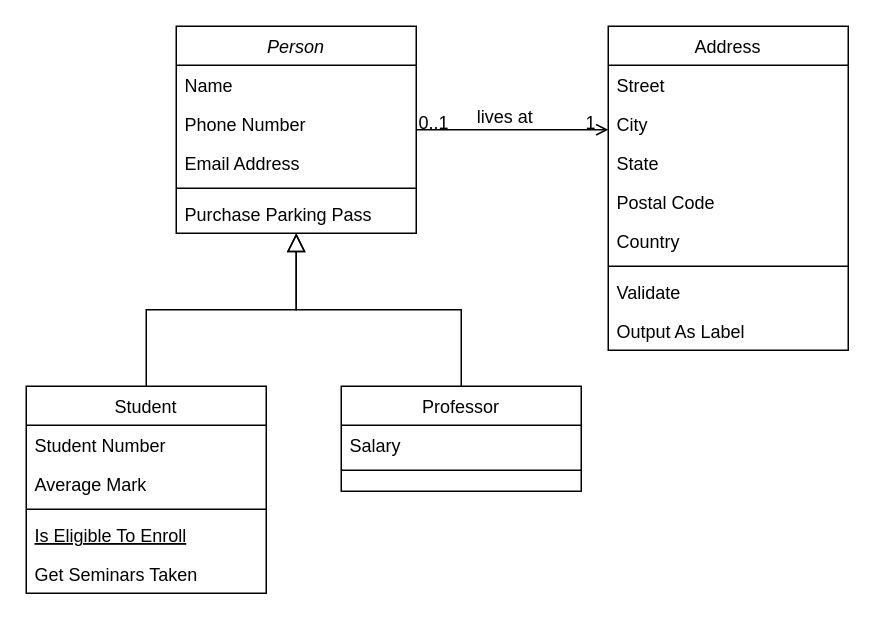
ffranchini/uml keeps this draw.io diagram as Imob.drawio. Above is the earlier version. Source tidied: cells renumbered, new cells numbered last; positions are measured from the earlier drawing's top-left corner, leaving out a move shared by most shapes. Both pictures are drawn from the tidied source at 150%, with x=0, y=0 at pixel (26, 26).
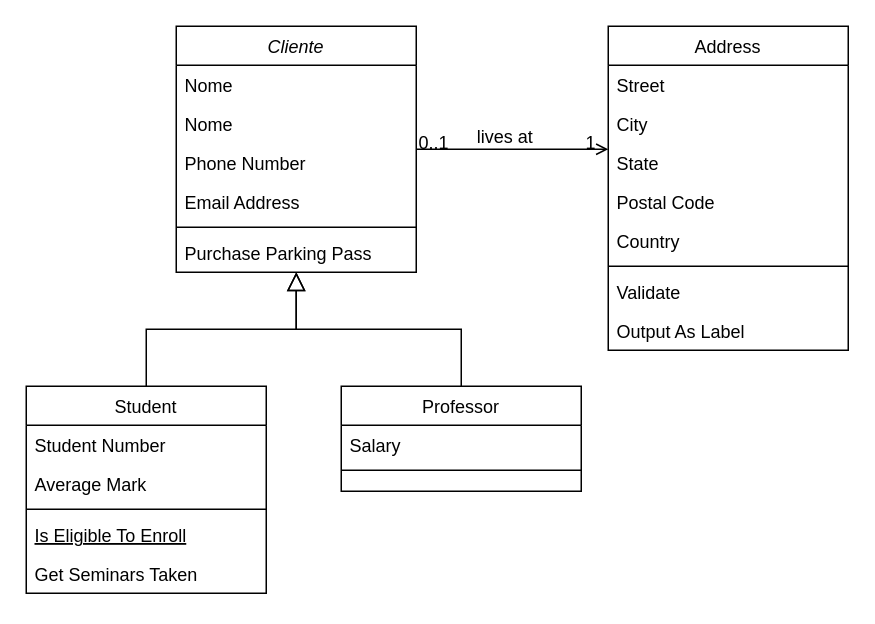
The same page after the edit.

Change to the diagram source:
```diff
@@
-    <mxCell id="2" value="Person" style="swimlane;fontStyle=2;align=center;verticalAlign=top;horizontal=1;startSize=26;rounded=0;shadow=0;strokeWidth=1;" parent="1" vertex="1">
-      <mxGeometry x="100" width="160" height="138" as="geometry" />
+    <mxCell id="2" value="Cliente" style="swimlane;fontStyle=2;align=center;verticalAlign=top;horizontal=1;startSize=26;rounded=0;shadow=0;strokeWidth=1;" parent="1" vertex="1">
+      <mxGeometry x="100" width="160" height="164" as="geometry" />
     </mxCell>
-    <mxCell id="3" value="Name" style="text;align=left;verticalAlign=top;spacingLeft=4;spacingRight=4;overflow=hidden;" parent="2" vertex="1">
+    <mxCell id="3" value="Nome" style="text;align=left;verticalAlign=top;spacingLeft=4;spacingRight=4;overflow=hidden;" parent="2" vertex="1">
       <mxGeometry y="26" width="160" height="26" as="geometry" />
     </mxCell>
+    <mxCell id="32" value="Nome" style="text;align=left;verticalAlign=top;spacingLeft=4;spacingRight=4;overflow=hidden;" parent="2" vertex="1">
+      <mxGeometry y="52" width="160" height="26" as="geometry" />
+    </mxCell>
     <mxCell id="4" value="Phone Number" style="text;align=left;verticalAlign=top;spacingLeft=4;spacingRight=4;overflow=hidden;rounded=0;shadow=0;html=0;" parent="2" vertex="1">
-      <mxGeometry y="52" width="160" height="26" as="geometry" />
+      <mxGeometry y="78" width="160" height="26" as="geometry" />
     </mxCell>
     <mxCell id="5" value="Email Address" style="text;align=left;verticalAlign=top;spacingLeft=4;spacingRight=4;overflow=hidden;rounded=0;shadow=0;html=0;" parent="2" vertex="1">
-      <mxGeometry y="78" width="160" height="26" as="geometry" />
+      <mxGeometry y="104" width="160" height="26" as="geometry" />
     </mxCell>
     <mxCell id="6" style="line;html=1;strokeWidth=1;align=left;verticalAlign=middle;spacingTop=-1;spacingLeft=3;spacingRight=3;labelPosition=right;" parent="2" vertex="1">
-      <mxGeometry y="104" width="160" height="8" as="geometry" />
+      <mxGeometry y="130" width="160" height="8" as="geometry" />
     </mxCell>
     <mxCell id="7" value="Purchase Parking Pass" style="text;align=left;verticalAlign=top;spacingLeft=4;spacingRight=4;overflow=hidden;" parent="2" vertex="1">
-      <mxGeometry y="112" width="160" height="26" as="geometry" />
+      <mxGeometry y="138" width="160" height="26" as="geometry" />
     </mxCell>
```
